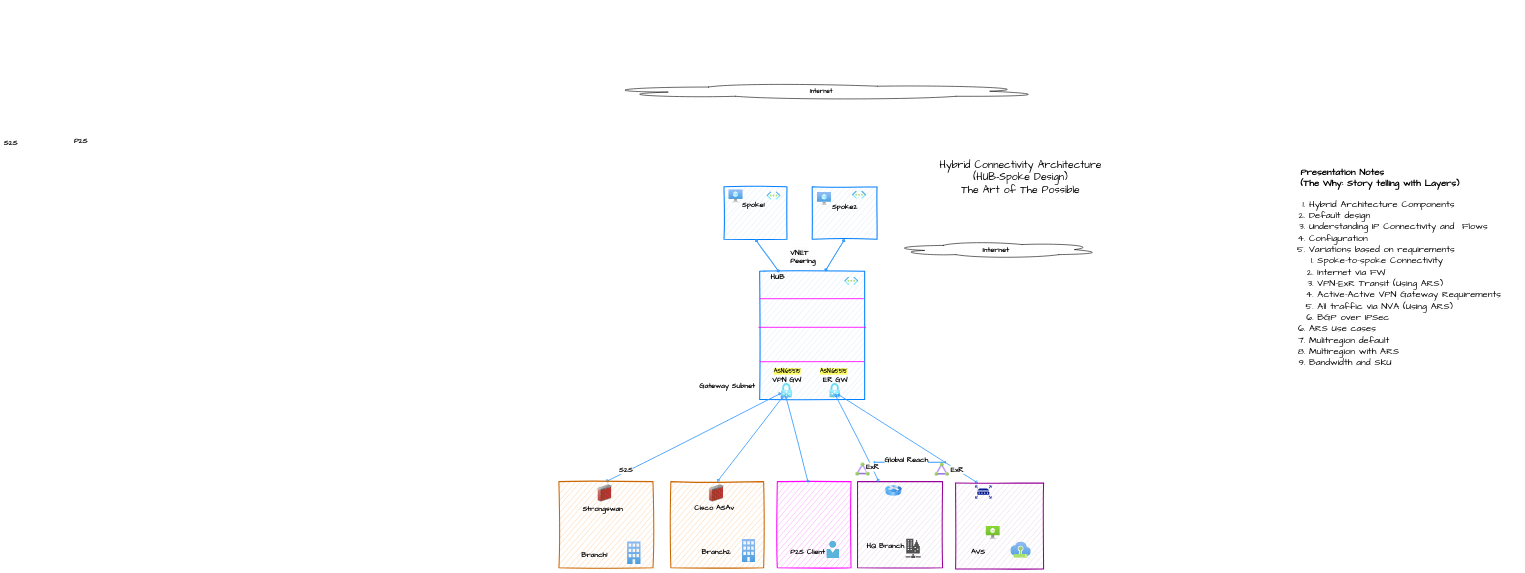
Earlier version of the draw.io diagram page "Hub-Spoke with AzFW + ARS" (1 of 3) of diagrams/hub-spoke.drawio (nehalineogi/azure-networking). Source tidied: cells renumbered, new cells numbered last; positions are measured from the earlier drawing's top-left corner, leaving out a move shared by most shapes. Both pictures are drawn from the tidied source at 21%, with x=0, y=0 at pixel (559, 83).
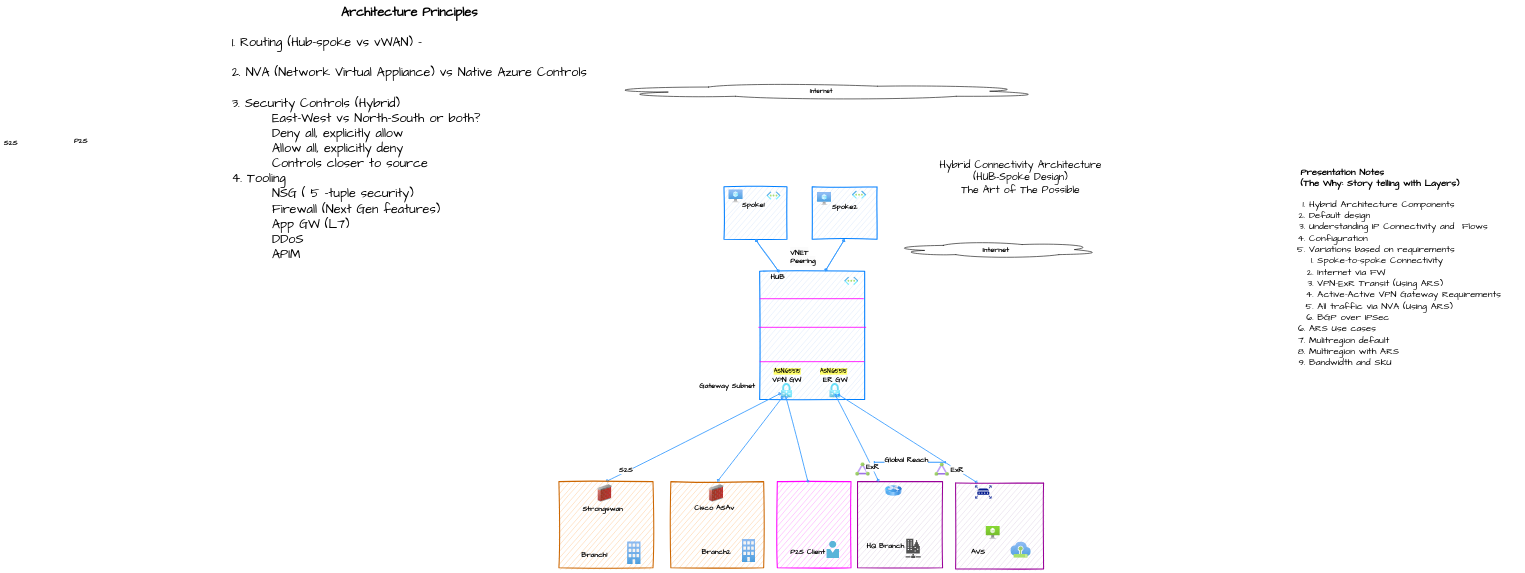
The same diagram, later.

Change to the diagram source:
```diff
@@
+    <mxCell id="69" value="&lt;font face=&quot;Architects Daughter&quot; style=&quot;font-size: 60px;&quot;&gt;&lt;b&gt;Architecture Principles&lt;br&gt;&lt;br&gt;&lt;/b&gt;&lt;div style=&quot;text-align: left;&quot;&gt;&lt;span style=&quot;background-color: initial;&quot;&gt;1. Routing (Hub-spoke vs vWAN) -&lt;/span&gt;&lt;/div&gt;&lt;div style=&quot;text-align: left;&quot;&gt;&lt;span style=&quot;background-color: initial;&quot;&gt;&lt;br&gt;&lt;/span&gt;&lt;/div&gt;&lt;div style=&quot;text-align: left;&quot;&gt;&lt;span style=&quot;background-color: initial;&quot;&gt;2. NVA (Network Virtual Appliance) vs Native Azure Controls&lt;/span&gt;&lt;/div&gt;&lt;div style=&quot;text-align: left;&quot;&gt;&lt;span style=&quot;background-color: initial;&quot;&gt;&lt;br&gt;&lt;/span&gt;&lt;/div&gt;&lt;div style=&quot;text-align: left;&quot;&gt;&lt;span style=&quot;background-color: initial;&quot;&gt;3. Security Controls (Hybrid)&lt;/span&gt;&lt;/div&gt;&lt;div style=&quot;text-align: left;&quot;&gt;&lt;span style=&quot;background-color: initial;&quot;&gt;&lt;span style=&quot;white-space: pre;&quot;&gt;&#9;&lt;/span&gt;East-West vs North-South or both?&lt;/span&gt;&lt;/div&gt;&lt;div style=&quot;text-align: left;&quot;&gt;&lt;span style=&quot;background-color: initial;&quot;&gt;&lt;span style=&quot;white-space: pre;&quot;&gt;&#9;&lt;/span&gt;Deny all, explicitly allow&lt;br&gt;&lt;/span&gt;&lt;/div&gt;&lt;div style=&quot;text-align: left;&quot;&gt;&lt;span style=&quot;background-color: initial;&quot;&gt;&lt;span style=&quot;white-space: pre;&quot;&gt;&#9;&lt;/span&gt;Allow all, explicitly deny&lt;br&gt;&lt;/span&gt;&lt;/div&gt;&lt;div style=&quot;text-align: left;&quot;&gt;&lt;span style=&quot;background-color: initial;&quot;&gt;&lt;span style=&quot;white-space: pre;&quot;&gt;&#9;&lt;/span&gt;Controls closer to source&lt;br&gt;&lt;/span&gt;&lt;/div&gt;&lt;div style=&quot;text-align: left;&quot;&gt;&lt;span style=&quot;background-color: initial;&quot;&gt;4. Tooling&lt;/span&gt;&lt;/div&gt;&lt;div style=&quot;text-align: left;&quot;&gt;&lt;span style=&quot;background-color: initial;&quot;&gt;&lt;span style=&quot;white-space: pre;&quot;&gt;&#9;&lt;/span&gt;NSG ( 5 -tuple security)&lt;br&gt;&lt;/span&gt;&lt;/div&gt;&lt;div style=&quot;text-align: left;&quot;&gt;&lt;span style=&quot;background-color: initial;&quot;&gt;&lt;span style=&quot;white-space: pre;&quot;&gt;&#9;&lt;/span&gt;Firewall (Next Gen features)&lt;br&gt;&lt;/span&gt;&lt;/div&gt;&lt;div style=&quot;text-align: left;&quot;&gt;&lt;span style=&quot;background-color: initial;&quot;&gt;&lt;span style=&quot;white-space: pre;&quot;&gt;&#9;&lt;/span&gt;App GW (L7)&lt;br&gt;&lt;/span&gt;&lt;/div&gt;&lt;div style=&quot;text-align: left;&quot;&gt;&lt;span style=&quot;background-color: initial;&quot;&gt;&lt;span style=&quot;white-space: pre;&quot;&gt;&#9;&lt;/span&gt;DDoS&lt;/span&gt;&lt;/div&gt;&lt;div style=&quot;text-align: left;&quot;&gt;&lt;span style=&quot;background-color: initial;&quot;&gt;&lt;span style=&quot;white-space: pre;&quot;&gt;&#9;&lt;/span&gt;APIM&lt;br&gt;&lt;/span&gt;&lt;/div&gt;&lt;div style=&quot;text-align: left;&quot;&gt;&lt;span style=&quot;background-color: initial;&quot;&gt;&amp;nbsp;&lt;br&gt;&lt;/span&gt;&lt;/div&gt;&lt;br&gt;&lt;/font&gt;" style="text;html=1;align=center;verticalAlign=middle;strokeColor=none;fillColor=none;" parent="1" vertex="1">
+      <mxGeometry x="-1571" y="-377" width="1716" height="1378" as="geometry" />
+    </mxCell>
```
